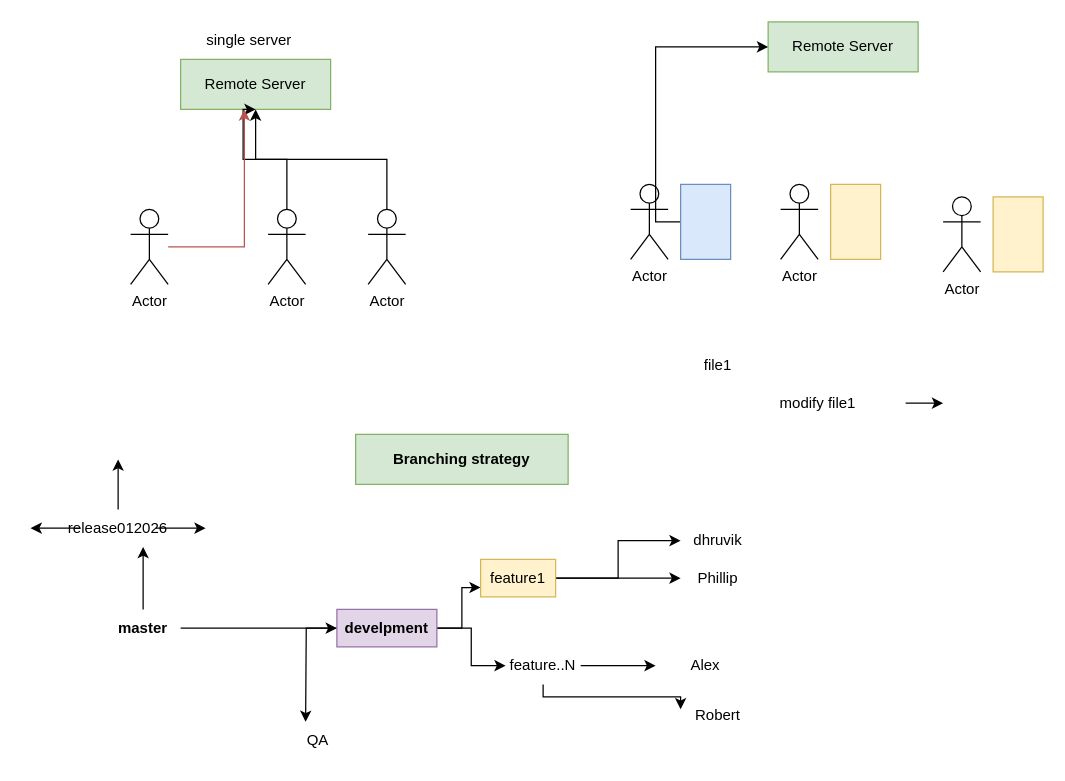
Earlier version of the draw.io diagram mern_work.drawio (dhruvikp/JFSD_MERN_WORK). Source tidied: cells renumbered, new cells numbered last; positions are measured from the earlier drawing's top-left corner, leaving out a move shared by most shapes. Both pictures are drawn from the tidied source at 125%, with x=0, y=0 at pixel (30, 21).
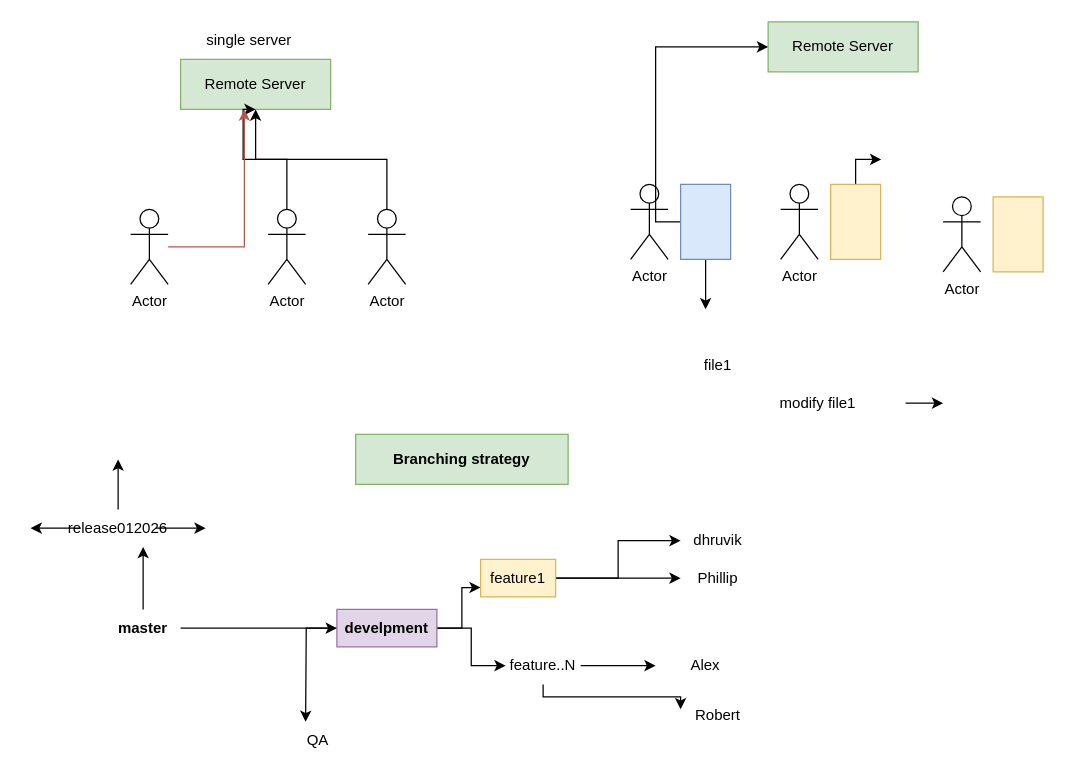
The same page after the edit.

Unchanged cells that the change refers to:
```xml
<mxCell id="13" style="rounded=0;whiteSpace=wrap;html=1;fillColor=#dae8fc;strokeColor=#6c8ebf;" parent="1" vertex="1">
  <mxGeometry x="520" y="130" width="40" height="60" as="geometry" />
</mxCell>
<mxCell id="15" style="rounded=0;whiteSpace=wrap;html=1;fillColor=#fff2cc;strokeColor=#d6b656;" parent="1" vertex="1">
  <mxGeometry x="640" y="130" width="40" height="60" as="geometry" />
</mxCell>
```

Change to the diagram source:
```diff
@@
+    <mxCell id="44" style="edgeStyle=orthogonalEdgeStyle;rounded=0;jettySize=auto;html=1;" parent="1" edge="1" source="13">
+      <mxGeometry relative="1" as="geometry">
+        <mxPoint x="540" y="230" as="targetPoint" />
+      </mxGeometry>
+    </mxCell>
@@
+    <mxCell id="45" style="edgeStyle=orthogonalEdgeStyle;rounded=0;jettySize=auto;html=1;" parent="1" edge="1" source="15">
+      <mxGeometry relative="1" as="geometry">
+        <mxPoint x="680" y="110" as="targetPoint" />
+      </mxGeometry>
+    </mxCell>
```
